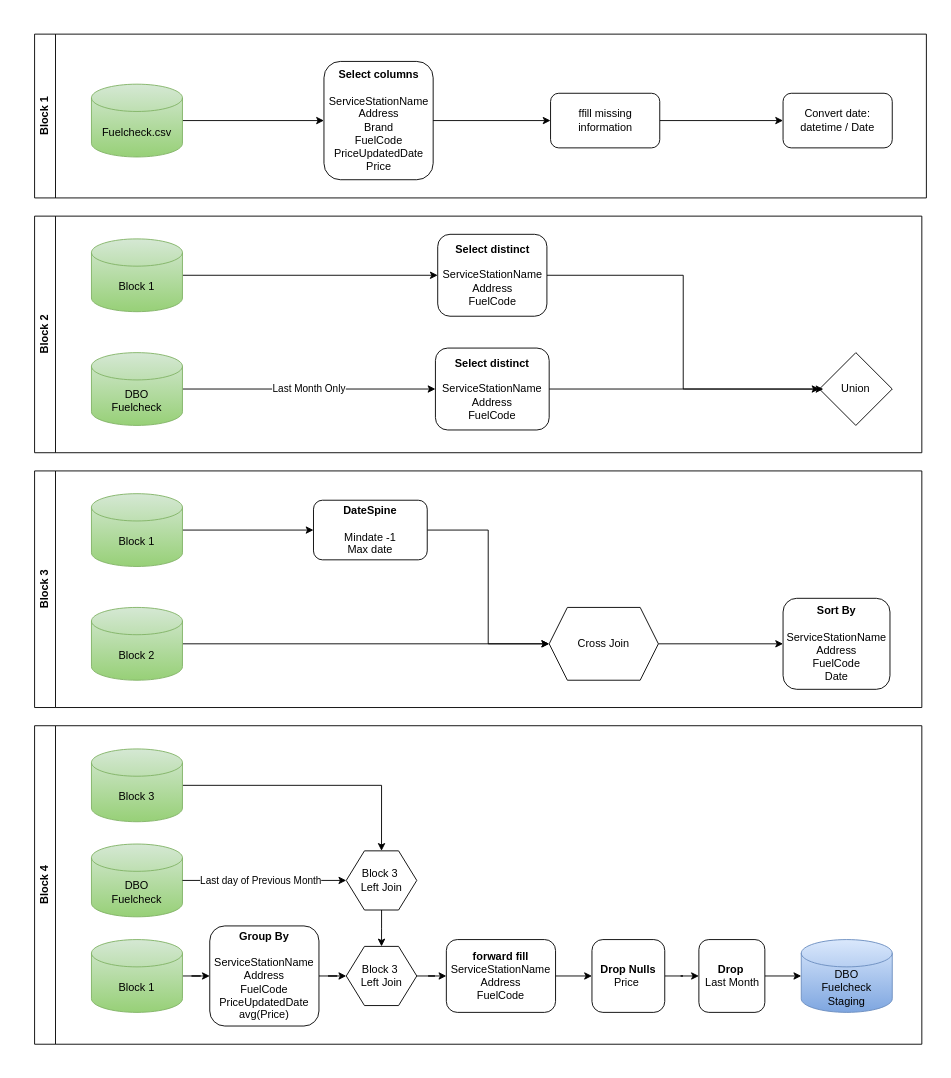
The draw.io diagram documentation/dataflow specs/Module 1 DFD.drawio in Constellation-Analytics/NSW-Fuel-Price-Insights, before the edit. Source tidied: cells renumbered, new cells numbered last; positions are measured from the earlier drawing's top-left corner, leaving out a move shared by most shapes. Both pictures are drawn from the tidied source at 91%, with x=0, y=0 at pixel (35, 34).
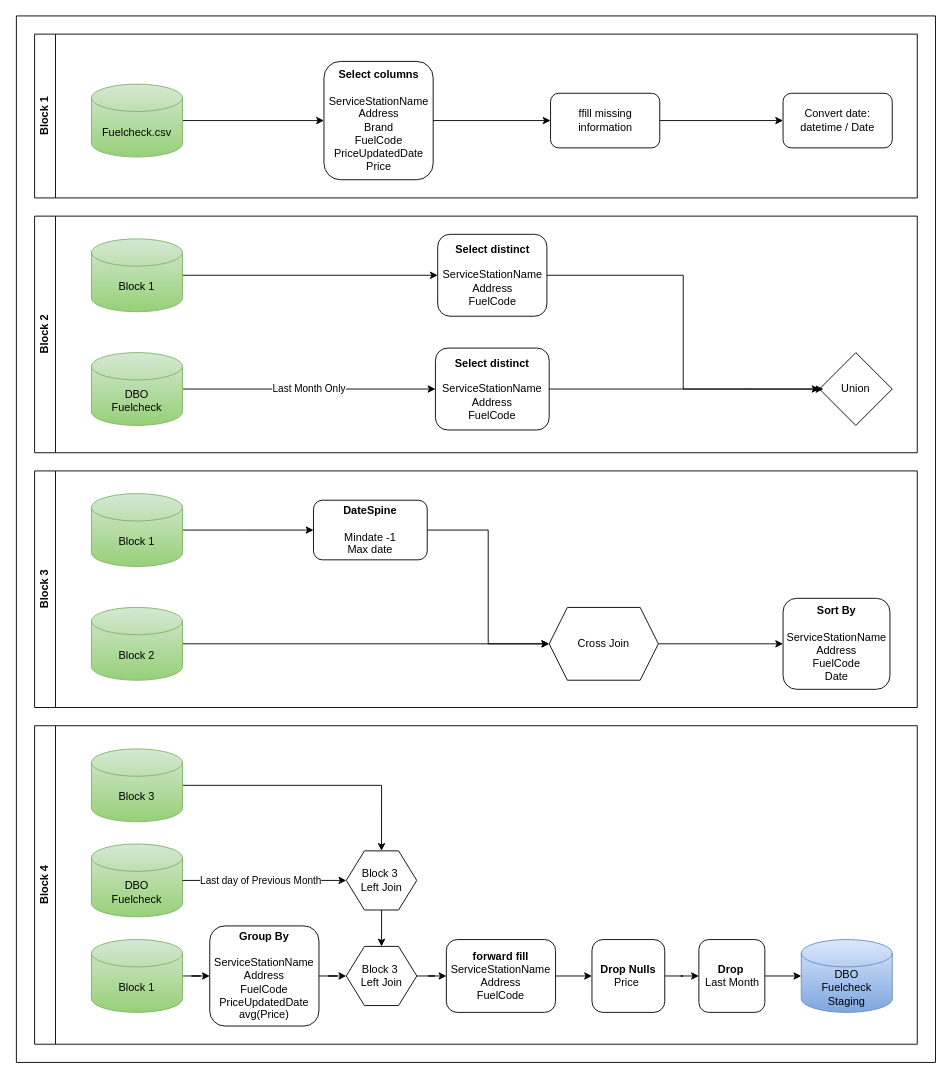
After the change.

Change to the diagram source:
```diff
@@
     <mxCell id="2" value="Block 1" style="swimlane;horizontal=0;whiteSpace=wrap;html=1;" parent="1" vertex="1">
-      <mxGeometry x="-0.5" width="980" height="180" as="geometry" />
+      <mxGeometry x="-0.5" width="970" height="180" as="geometry" />
     </mxCell>
@@
     <mxCell id="10" value="Block 2" style="swimlane;horizontal=0;whiteSpace=wrap;html=1;" parent="1" vertex="1">
-      <mxGeometry x="-0.5" y="200" width="975" height="260" as="geometry" />
+      <mxGeometry x="-0.5" y="200" width="970" height="260" as="geometry" />
     </mxCell>
@@
     <mxCell id="20" value="Block 3" style="swimlane;horizontal=0;whiteSpace=wrap;html=1;" parent="1" vertex="1">
-      <mxGeometry x="-0.5" y="480" width="975" height="260" as="geometry" />
+      <mxGeometry x="-0.5" y="480" width="970" height="260" as="geometry" />
     </mxCell>
@@
     <mxCell id="30" value="Block 4" style="swimlane;horizontal=0;whiteSpace=wrap;html=1;" parent="1" vertex="1">
-      <mxGeometry x="-0.5" y="760" width="975" height="350" as="geometry" />
+      <mxGeometry x="-0.5" y="760" width="970" height="350" as="geometry" />
     </mxCell>
@@
+    <mxCell id="50" style="swimlane;startSize=0;" parent="1" vertex="1">
+      <mxGeometry x="-20.5" y="-20" width="1010" height="1150" as="geometry" />
+    </mxCell>
```
